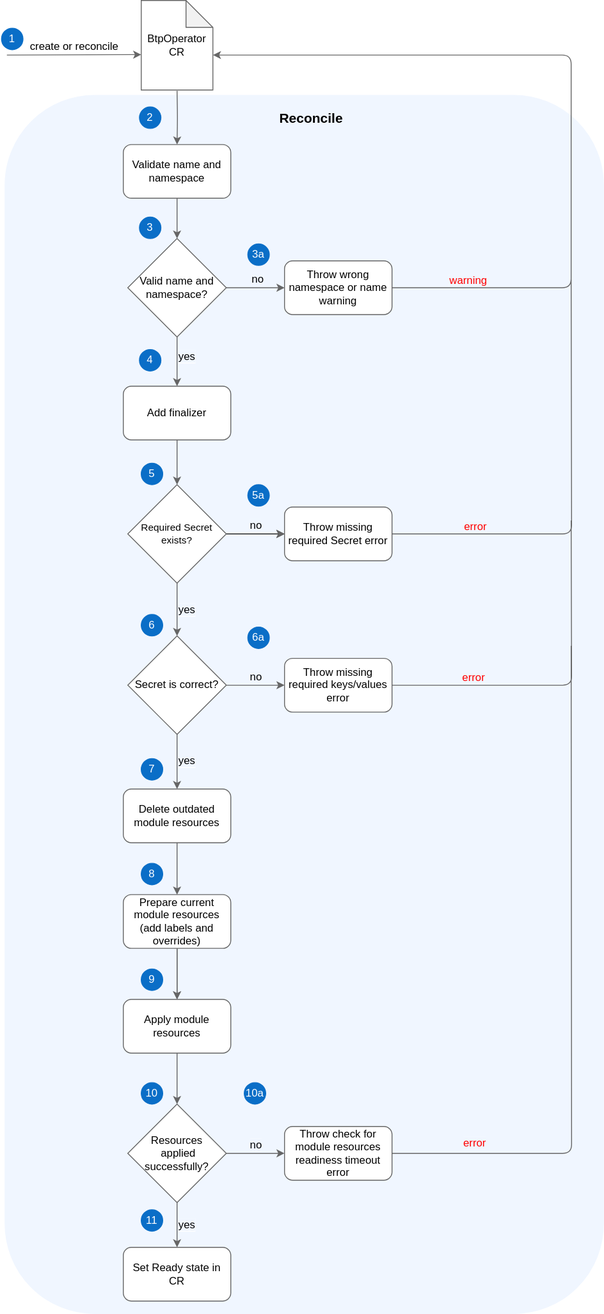
Before: docs/assets/provisioning.drawio.svg, a diagram exported from draw.io (kyma-project/btp-manager). Source tidied: cells renumbered, new cells last; positions are measured from the earlier drawing's top-left corner, leaving out a move shared by most shapes.
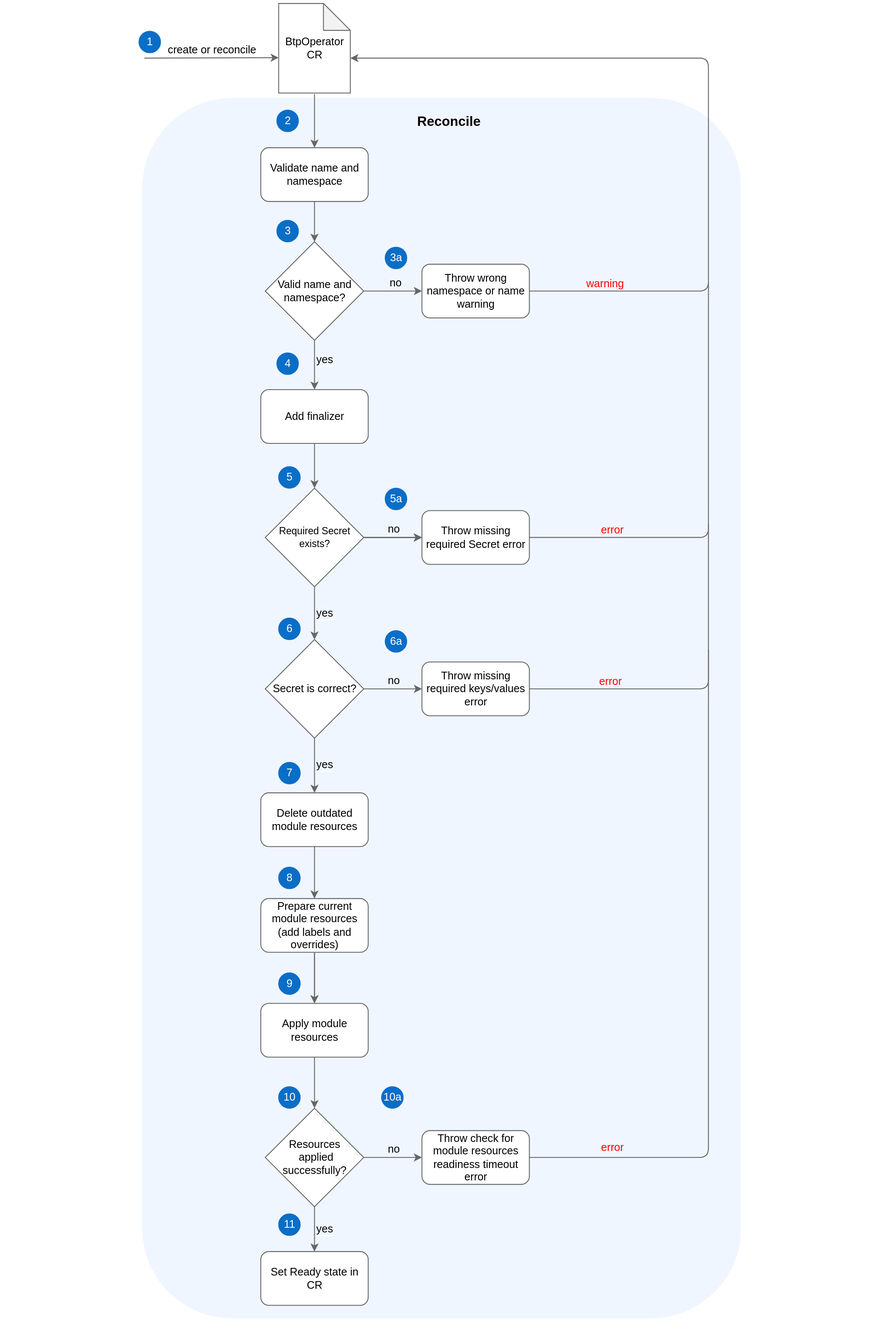
Later version of the same file.

What changed in the source:
```diff
@@ -2,14 +2,17 @@
   <root>
     <mxCell id="0" />
     <mxCell id="1" parent="0" />
-    <mxCell id="2" style="rounded=1;whiteSpace=wrap;html=1;fontColor=#333333;fillColor=#f0f6ff;strokeColor=#f0f6ff;labelPosition=center;verticalLabelPosition=top;align=center;verticalAlign=bottom;fontStyle=1;fontSize=14;" parent="1" vertex="1">
-      <mxGeometry x="4" y="106" width="668" height="1361" as="geometry" />
-    </mxCell>
-    <mxCell id="3" style="edgeStyle=orthogonalEdgeStyle;rounded=1;jettySize=auto;html=1;fontSize=12;strokeColor=#666666;" parent="1" edge="1" target="10">
-      <mxGeometry relative="1" as="geometry">
-        <mxPoint x="196" y="101" as="sourcePoint" />
-      </mxGeometry>
-    </mxCell>
+    <mxCell id="60" style="rounded=0;whiteSpace=wrap;html=1;strokeColor=none;" parent="1" vertex="1">
+      <mxGeometry x="-154.7" y="-3.4" width="985.5" height="1487" as="geometry" />
+    </mxCell>
+    <mxCell id="61" style="rounded=1;whiteSpace=wrap;html=1;fontColor=#333333;fillColor=#f0f6ff;strokeColor=#f0f6ff;labelPosition=center;verticalLabelPosition=top;align=center;verticalAlign=bottom;fontStyle=1;fontSize=14;" parent="1" vertex="1">
+      <mxGeometry x="4" y="106" width="668" height="1361" as="geometry" />
+    </mxCell>
+    <mxCell id="62" style="edgeStyle=orthogonalEdgeStyle;rounded=1;jettySize=auto;html=1;fontSize=12;strokeColor=#666666;" parent="1" edge="1" target="10">
+      <mxGeometry relative="1" as="geometry">
+        <mxPoint x="196" y="101" as="sourcePoint" />
+      </mxGeometry>
+    </mxCell>
     <mxCell id="4" value="&lt;font style=&quot;font-size: 12px;&quot;&gt;create or reconcile&lt;/font&gt;" style="endArrow=classic;html=1;rounded=1;labelPosition=center;verticalLabelPosition=top;align=center;verticalAlign=bottom;strokeColor=#666666;" parent="1" edge="1">
       <mxGeometry relative="1" as="geometry">
         <mxPoint x="6" y="61" as="sourcePoint" />
@@ -42,16 +45,16 @@
     <mxCell id="12" value="Add finalizer" style="whiteSpace=wrap;html=1;rounded=1;strokeColor=#666666;" parent="1" vertex="1">
       <mxGeometry x="136" y="431" width="120" height="60" as="geometry" />
     </mxCell>
-    <mxCell id="13" style="edgeStyle=orthogonalEdgeStyle;rounded=1;jettySize=auto;html=1;exitX=1;exitY=0.5;exitDx=0;exitDy=0;entryX=1;entryY=0.5;entryDx=0;entryDy=0;fontSize=12;strokeColor=#666666;" parent="1" edge="1" source="15">
-      <mxGeometry relative="1" as="geometry">
-        <mxPoint x="236" y="61" as="targetPoint" />
-        <Array as="points">
-          <mxPoint x="636" y="321" />
-          <mxPoint x="636" y="61" />
-        </Array>
-      </mxGeometry>
-    </mxCell>
+    <mxCell id="63" style="edgeStyle=orthogonalEdgeStyle;rounded=1;jettySize=auto;html=1;exitX=1;exitY=0.5;exitDx=0;exitDy=0;entryX=1;entryY=0.5;entryDx=0;entryDy=0;fontSize=12;strokeColor=#666666;" parent="1" edge="1" source="15">
+      <mxGeometry relative="1" as="geometry">
+        <mxPoint x="236" y="61" as="targetPoint" />
+        <Array as="points">
+          <mxPoint x="636" y="321" />
+          <mxPoint x="636" y="61" />
+        </Array>
+      </mxGeometry>
+    </mxCell>
-    <mxCell id="14" value="&lt;font style=&quot;background-color: rgb(240, 246, 255);&quot; color=&quot;#ff0000&quot;&gt;warning&lt;/font&gt;" style="edgeLabel;html=1;align=center;verticalAlign=bottom;fontSize=12;fontColor=#000000;" parent="13" vertex="1">
+    <mxCell id="14" value="&lt;font style=&quot;background-color: rgb(240, 246, 255);&quot; color=&quot;#ff0000&quot;&gt;warning&lt;/font&gt;" style="edgeLabel;html=1;align=center;verticalAlign=bottom;fontSize=12;fontColor=#000000;" parent="63" vertex="1">
       <mxGeometry x="-0.91" y="2" relative="1" as="geometry">
         <mxPoint x="45" y="2" as="offset" />
       </mxGeometry>
@@ -71,16 +74,16 @@
     <mxCell id="19" value="Required Secret exists?" style="rhombus;whiteSpace=wrap;html=1;fontSize=11;strokeColor=#666666;" parent="1" vertex="1">
       <mxGeometry x="141" y="541" width="110" height="110" as="geometry" />
     </mxCell>
-    <mxCell id="20" style="edgeStyle=orthogonalEdgeStyle;rounded=1;jettySize=auto;html=1;fontSize=12;fontColor=#FF0000;endArrow=none;endFill=0;strokeColor=#666666;" parent="1" edge="1" source="22">
-      <mxGeometry relative="1" as="geometry">
-        <mxPoint x="636" y="312" as="targetPoint" />
-      </mxGeometry>
-    </mxCell>
-    <mxCell id="21" value="&lt;span style=&quot;background-color: rgb(240, 246, 255);&quot;&gt;error&lt;/span&gt;" style="edgeLabel;html=1;align=center;verticalAlign=bottom;fontSize=12;fontColor=#FF0000;" parent="20" vertex="1">
-      <mxGeometry x="-0.59" y="2" relative="1" as="geometry">
-        <mxPoint x="-8" y="2" as="offset" />
-      </mxGeometry>
-    </mxCell>
+    <mxCell id="64" style="edgeStyle=orthogonalEdgeStyle;rounded=1;jettySize=auto;html=1;fontSize=12;fontColor=#FF0000;endArrow=none;endFill=0;strokeColor=#666666;" parent="1" edge="1" source="22">
+      <mxGeometry relative="1" as="geometry">
+        <mxPoint x="636" y="312" as="targetPoint" />
+      </mxGeometry>
+    </mxCell>
+    <mxCell id="65" value="&lt;span style=&quot;background-color: rgb(240, 246, 255);&quot;&gt;error&lt;/span&gt;" style="edgeLabel;html=1;align=center;verticalAlign=bottom;fontSize=12;fontColor=#FF0000;" parent="64" vertex="1">
+      <mxGeometry x="-0.59" y="2" relative="1" as="geometry">
+        <mxPoint x="-8" y="2" as="offset" />
+      </mxGeometry>
+    </mxCell>
     <mxCell id="22" value="Throw missing required Secret error" style="whiteSpace=wrap;html=1;rounded=1;strokeColor=#666666;" parent="1" vertex="1">
       <mxGeometry x="316" y="566" width="120" height="60" as="geometry" />
     </mxCell>
@@ -93,16 +96,16 @@
     <mxCell id="25" value="&lt;font style=&quot;font-size: 12px;&quot;&gt;Secret is correct?&lt;/font&gt;" style="rhombus;whiteSpace=wrap;html=1;fontSize=11;strokeColor=#666666;" parent="1" vertex="1">
       <mxGeometry x="141" y="710" width="110" height="110" as="geometry" />
     </mxCell>
-    <mxCell id="26" style="edgeStyle=orthogonalEdgeStyle;rounded=1;jettySize=auto;html=1;fontSize=12;fontColor=#000000;endArrow=none;endFill=0;strokeColor=#666666;" parent="1" edge="1" source="28">
-      <mxGeometry relative="1" as="geometry">
-        <mxPoint x="636" y="581" as="targetPoint" />
-      </mxGeometry>
-    </mxCell>
-    <mxCell id="27" value="&lt;span style=&quot;background-color: rgb(240, 246, 255);&quot;&gt;error&lt;/span&gt;" style="edgeLabel;html=1;align=center;verticalAlign=bottom;fontSize=12;fontColor=#FF0000;" parent="26" vertex="1">
-      <mxGeometry x="-0.45" y="1" relative="1" as="geometry">
-        <mxPoint x="-16" y="1" as="offset" />
-      </mxGeometry>
-    </mxCell>
+    <mxCell id="66" style="edgeStyle=orthogonalEdgeStyle;rounded=1;jettySize=auto;html=1;fontSize=12;fontColor=#000000;endArrow=none;endFill=0;strokeColor=#666666;" parent="1" edge="1" source="28">
+      <mxGeometry relative="1" as="geometry">
+        <mxPoint x="636" y="581" as="targetPoint" />
+      </mxGeometry>
+    </mxCell>
+    <mxCell id="67" value="&lt;span style=&quot;background-color: rgb(240, 246, 255);&quot;&gt;error&lt;/span&gt;" style="edgeLabel;html=1;align=center;verticalAlign=bottom;fontSize=12;fontColor=#FF0000;" parent="66" vertex="1">
+      <mxGeometry x="-0.45" y="1" relative="1" as="geometry">
+        <mxPoint x="-16" y="1" as="offset" />
+      </mxGeometry>
+    </mxCell>
     <mxCell id="28" value="Throw missing required keys/values error" style="whiteSpace=wrap;html=1;rounded=1;strokeColor=#666666;" parent="1" vertex="1">
       <mxGeometry x="316" y="735" width="120" height="60" as="geometry" />
     </mxCell>
@@ -152,12 +155,12 @@
     <mxCell id="41" value="Apply module resources" style="whiteSpace=wrap;html=1;rounded=1;strokeColor=#666666;" parent="1" vertex="1">
       <mxGeometry x="136" y="1116" width="120" height="60" as="geometry" />
     </mxCell>
-    <mxCell id="42" style="edgeStyle=orthogonalEdgeStyle;rounded=1;orthogonalLoop=1;jettySize=auto;html=1;strokeColor=#666666;" parent="1" edge="1">
-      <mxGeometry relative="1" as="geometry">
-        <mxPoint x="196" y="1059" as="sourcePoint" />
-        <mxPoint x="196" y="1116" as="targetPoint" />
-      </mxGeometry>
-    </mxCell>
+    <mxCell id="68" style="edgeStyle=orthogonalEdgeStyle;rounded=1;orthogonalLoop=1;jettySize=auto;html=1;strokeColor=#666666;" parent="1" edge="1">
+      <mxGeometry relative="1" as="geometry">
+        <mxPoint x="196" y="1059" as="sourcePoint" />
+        <mxPoint x="196" y="1116" as="targetPoint" />
+      </mxGeometry>
+    </mxCell>
     <mxCell id="43" value="&lt;font style=&quot;font-size: 15px;&quot;&gt;&lt;b&gt;Reconcile&lt;/b&gt;&lt;/font&gt;" style="text;html=1;strokeColor=none;fillColor=none;align=center;verticalAlign=middle;whiteSpace=wrap;rounded=0;" parent="1" vertex="1">
       <mxGeometry x="316" y="116" width="60" height="30" as="geometry" />
     </mxCell>
```
